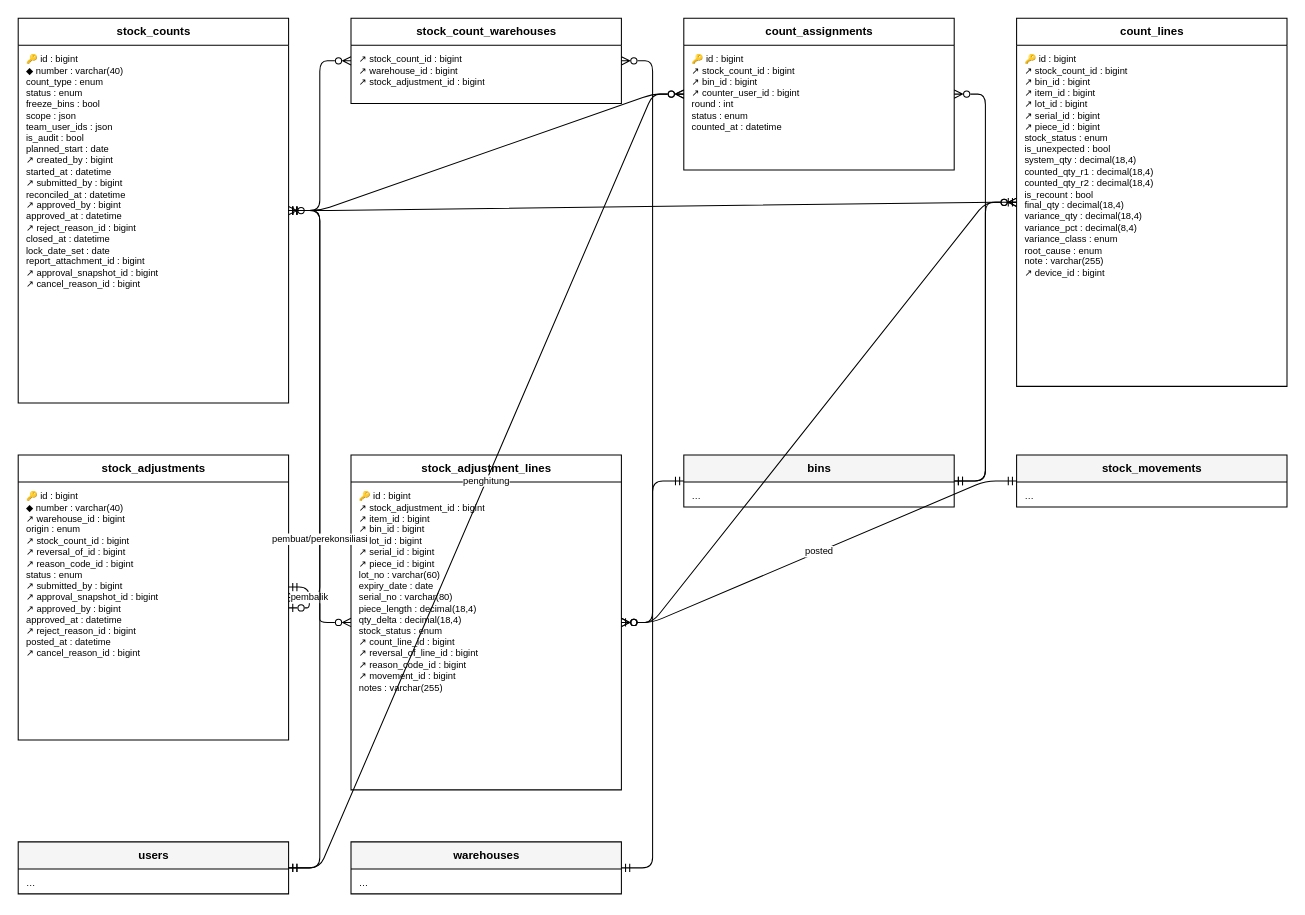
The draw.io diagram docs/diagram/erd-opname.drawio in HengkyDarmawan/wms, before the edit. Source tidied: cells renumbered, new cells numbered last; positions are measured from the earlier drawing's top-left corner, leaving out a move shared by most shapes. Both pictures are drawn from the tidied source at 104%, with x=0, y=0 at pixel (18, 18).
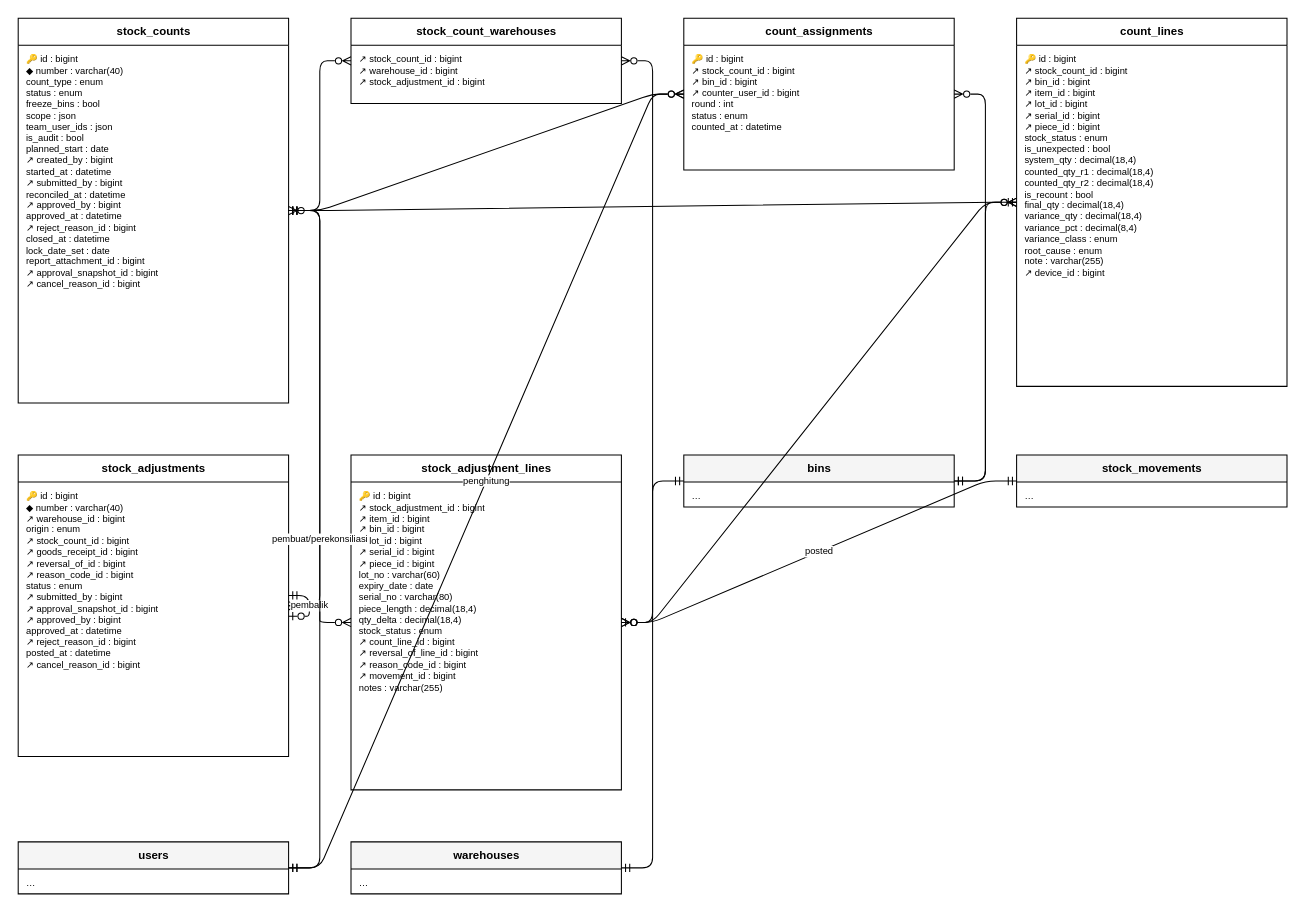
The same page after the edit.

Change to the diagram source:
```diff
@@
     <mxCell id="10" value="stock_adjustments" style="swimlane;fontStyle=1;horizontal=1;startSize=26;html=1;fontSize=11;fillColor=#FFFFFF;" parent="1" vertex="1">
-      <mxGeometry y="420" width="260" height="274" as="geometry" />
+      <mxGeometry y="420" width="260" height="290" as="geometry" />
     </mxCell>
-    <mxCell id="11" value="🔑 id : bigint&lt;br&gt;◆ number : varchar(40)&lt;br&gt;↗ warehouse_id : bigint&lt;br&gt;origin : enum&lt;br&gt;↗ stock_count_id : bigint&lt;br&gt;↗ reversal_of_id : bigint&lt;br&gt;↗ reason_code_id : bigint&lt;br&gt;status : enum&lt;br&gt;↗ submitted_by : bigint&lt;br&gt;↗ approval_snapshot_id : bigint&lt;br&gt;↗ approved_by : bigint&lt;br&gt;approved_at : datetime&lt;br&gt;↗ reject_reason_id : bigint&lt;br&gt;posted_at : datetime&lt;br&gt;↗ cancel_reason_id : bigint" style="text;html=1;strokeColor=none;fillColor=none;align=left;verticalAlign=top;spacingLeft=6;spacingTop=2;fontSize=9;whiteSpace=wrap;overflow=hidden;" parent="10" vertex="1">
-      <mxGeometry y="26" width="260" height="248" as="geometry" />
+    <mxCell id="11" value="🔑 id : bigint&lt;br&gt;◆ number : varchar(40)&lt;br&gt;↗ warehouse_id : bigint&lt;br&gt;origin : enum&lt;br&gt;↗ stock_count_id : bigint&lt;br&gt;↗ goods_receipt_id : bigint&lt;br&gt;↗ reversal_of_id : bigint&lt;br&gt;↗ reason_code_id : bigint&lt;br&gt;status : enum&lt;br&gt;↗ submitted_by : bigint&lt;br&gt;↗ approval_snapshot_id : bigint&lt;br&gt;↗ approved_by : bigint&lt;br&gt;approved_at : datetime&lt;br&gt;↗ reject_reason_id : bigint&lt;br&gt;posted_at : datetime&lt;br&gt;↗ cancel_reason_id : bigint" style="text;html=1;strokeColor=none;fillColor=none;align=left;verticalAlign=top;spacingLeft=6;spacingTop=2;fontSize=9;whiteSpace=wrap;overflow=hidden;" parent="10" vertex="1">
+      <mxGeometry y="26" width="260" height="264" as="geometry" />
     </mxCell>
```
